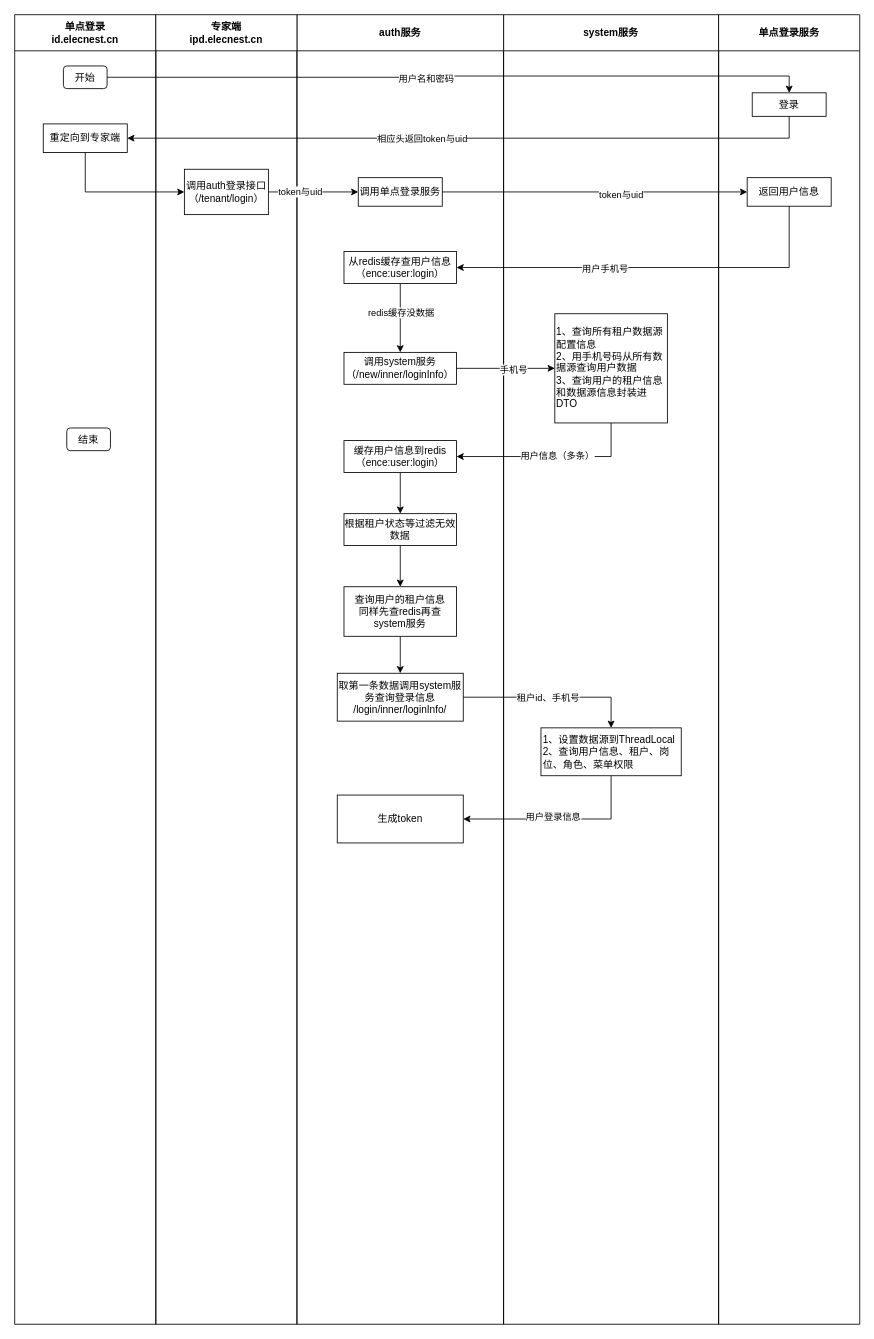
Before: ence/UserLogin.drawio in MuggleStar/draw_io, a draw.io diagram. Source tidied: cells renumbered, new cells numbered last; positions are measured from the earlier drawing's top-left corner, leaving out a move shared by most shapes. Both pictures are drawn from the tidied source at 84%, with x=0, y=0 at pixel (14, 14).
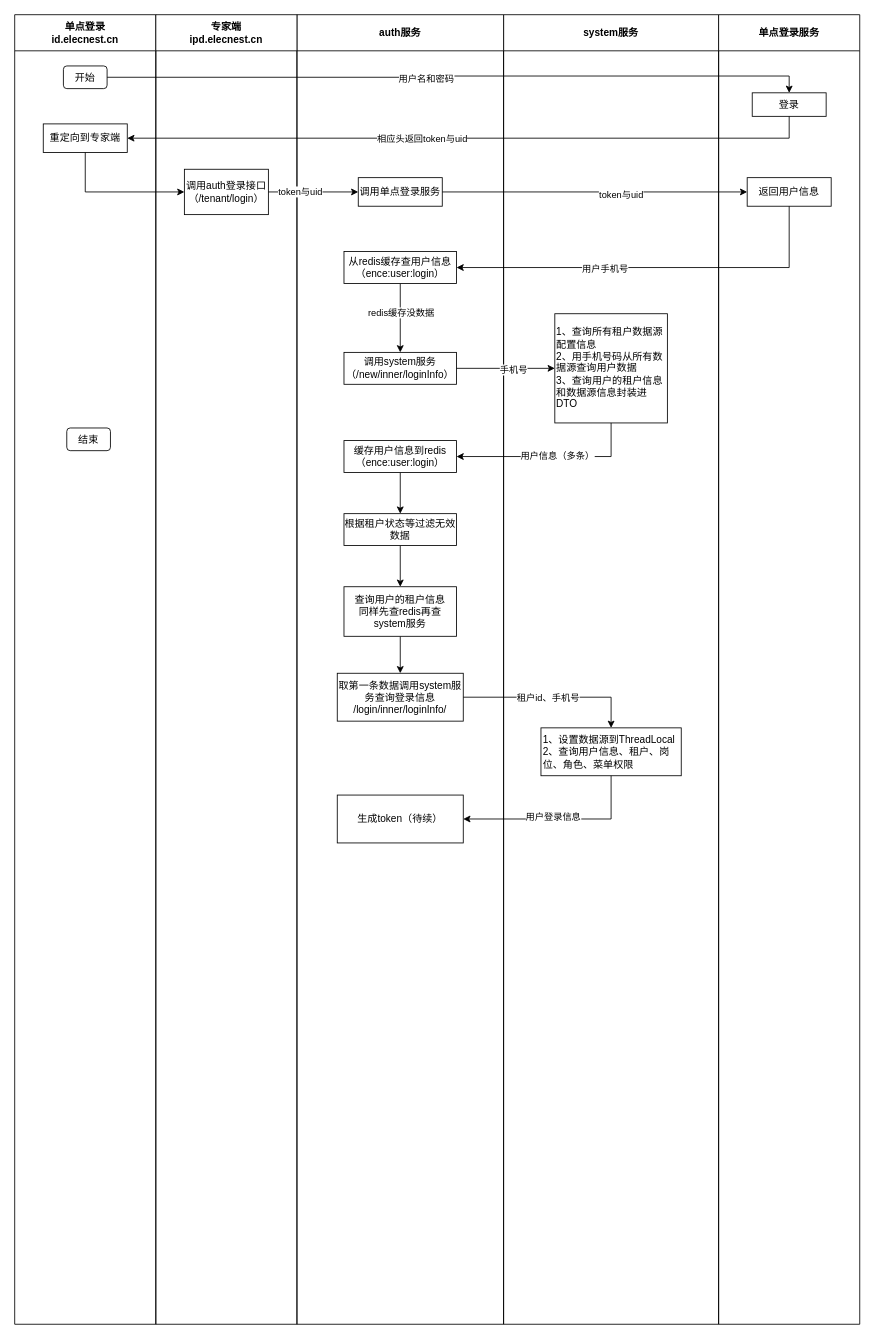
The same diagram, later.

The change refers to these unchanged cells:
```xml
<mxCell id="9" value="auth服务" style="swimlane;whiteSpace=wrap;html=1;startSize=43;" parent="1" vertex="1">
  <mxGeometry x="336" width="246" height="1559" as="geometry" />
</mxCell>
```

Change to the diagram source:
```diff
@@
-    <mxCell id="22" value="生成token" style="rounded=0;whiteSpace=wrap;html=1;align=center;" parent="9" vertex="1">
+    <mxCell id="22" value="生成token（待续）" style="rounded=0;whiteSpace=wrap;html=1;align=center;" parent="9" vertex="1">
       <mxGeometry x="48" y="929" width="150" height="57" as="geometry" />
     </mxCell>
```
